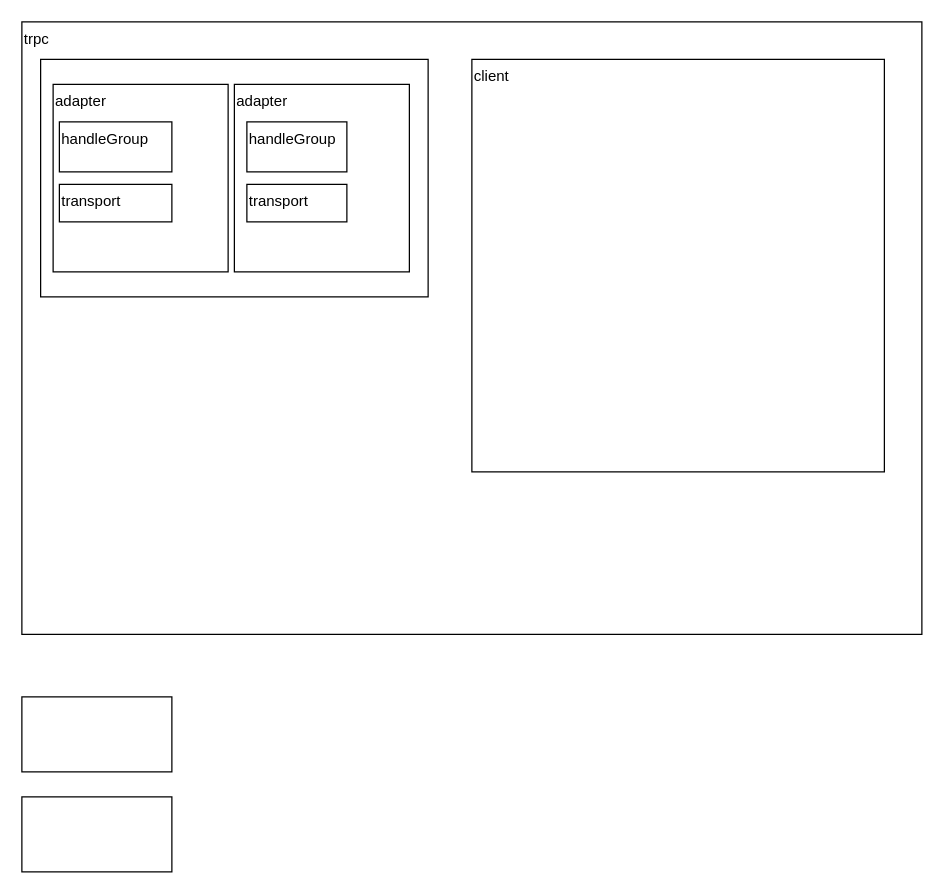
Earlier version of the draw.io diagram trpc.drawio (wilebeast/-SSH). Source tidied: cells renumbered, new cells numbered last; positions are measured from the earlier drawing's top-left corner, leaving out a move shared by most shapes. Both pictures are drawn from the tidied source at 125%, with x=0, y=0 at pixel (21, 21).
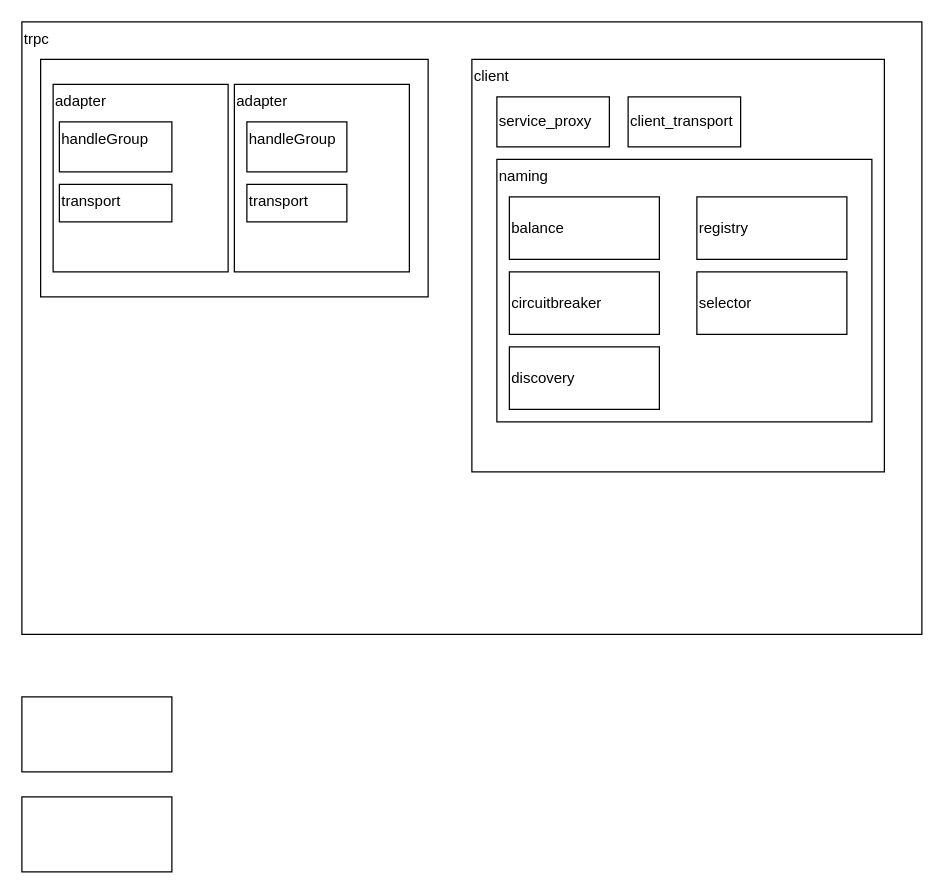
The same diagram, later.

Change to the diagram source:
```diff
@@
+    <mxCell id="13" value="naming" style="rounded=0;whiteSpace=wrap;html=1;align=left;verticalAlign=top;" parent="1" vertex="1">
+      <mxGeometry x="380" y="110" width="300" height="210" as="geometry" />
+    </mxCell>
+    <mxCell id="14" value="balance" style="rounded=0;whiteSpace=wrap;html=1;align=left;" parent="1" vertex="1">
+      <mxGeometry x="390" y="140" width="120" height="50" as="geometry" />
+    </mxCell>
+    <mxCell id="15" value="circuitbreaker" style="rounded=0;whiteSpace=wrap;html=1;align=left;" parent="1" vertex="1">
+      <mxGeometry x="390" y="200" width="120" height="50" as="geometry" />
+    </mxCell>
+    <mxCell id="16" value="discovery" style="rounded=0;whiteSpace=wrap;html=1;align=left;" parent="1" vertex="1">
+      <mxGeometry x="390" y="260" width="120" height="50" as="geometry" />
+    </mxCell>
+    <mxCell id="17" value="registry" style="rounded=0;whiteSpace=wrap;html=1;align=left;" parent="1" vertex="1">
+      <mxGeometry x="540" y="140" width="120" height="50" as="geometry" />
+    </mxCell>
+    <mxCell id="18" value="selector" style="rounded=0;whiteSpace=wrap;html=1;align=left;" parent="1" vertex="1">
+      <mxGeometry x="540" y="200" width="120" height="50" as="geometry" />
+    </mxCell>
+    <mxCell id="19" value="service_proxy" style="rounded=0;whiteSpace=wrap;html=1;align=left;" parent="1" vertex="1">
+      <mxGeometry x="380" y="60" width="90" height="40" as="geometry" />
+    </mxCell>
+    <mxCell id="20" value="client_transport" style="rounded=0;whiteSpace=wrap;html=1;align=left;" parent="1" vertex="1">
+      <mxGeometry x="485" y="60" width="90" height="40" as="geometry" />
+    </mxCell>
```
